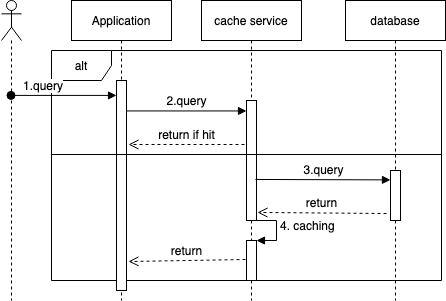
This is Read-Through.png from GallantKong/diagram, a draw.io export, as it was before one commit. Source tidied: cells renumbered, new cells last; positions are measured from the earlier drawing's top-left corner, leaving out a move shared by most shapes.
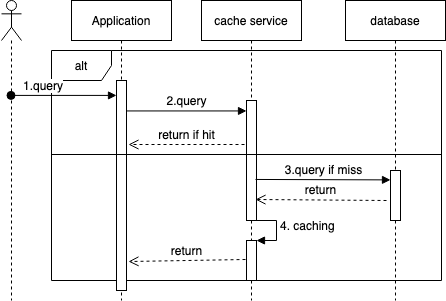
After the change.

Diff of the diagram source:
```diff
@@ -49,11 +49,13 @@
         <mxPoint x="127" y="144" as="targetPoint" />
       </mxGeometry>
     </mxCell>
-    <mxCell id="15" value="3.query" style="html=1;verticalAlign=bottom;endArrow=block;entryX=0;entryY=0.188;entryDx=0;entryDy=0;entryPerimeter=0;exitX=0.9;exitY=0.658;exitDx=0;exitDy=0;exitPerimeter=0;" parent="1" edge="1" source="7" target="11">
+    <mxCell id="15" value="3.query if miss" style="html=1;verticalAlign=bottom;endArrow=block;entryX=0;entryY=0.188;entryDx=0;entryDy=0;entryPerimeter=0;exitX=0.9;exitY=0.658;exitDx=0;exitDy=0;exitPerimeter=0;" parent="1" edge="1" source="7" target="11">
       <mxGeometry relative="1" as="geometry" />
     </mxCell>
-    <mxCell id="16" value="return" style="html=1;verticalAlign=bottom;endArrow=open;dashed=1;endSize=8;exitX=-0.4;exitY=0.86;exitDx=0;exitDy=0;exitPerimeter=0;entryX=1.1;entryY=0.933;entryDx=0;entryDy=0;entryPerimeter=0;" parent="1" edge="1" source="11" target="7">
-      <mxGeometry relative="1" as="geometry" />
+    <mxCell id="16" value="return" style="html=1;verticalAlign=bottom;endArrow=open;dashed=1;endSize=8;entryX=0.9;entryY=0.825;entryDx=0;entryDy=0;entryPerimeter=0;" parent="1" edge="1" target="7">
+      <mxGeometry relative="1" as="geometry">
+        <mxPoint x="385" y="200" as="sourcePoint" />
+      </mxGeometry>
     </mxCell>
     <mxCell id="17" value="return" style="html=1;verticalAlign=bottom;endArrow=open;dashed=1;endSize=8;exitX=-0.1;exitY=0.475;exitDx=0;exitDy=0;exitPerimeter=0;entryX=1.2;entryY=0.862;entryDx=0;entryDy=0;entryPerimeter=0;" parent="1" edge="1" source="8" target="5">
       <mxGeometry relative="1" as="geometry" />
```
